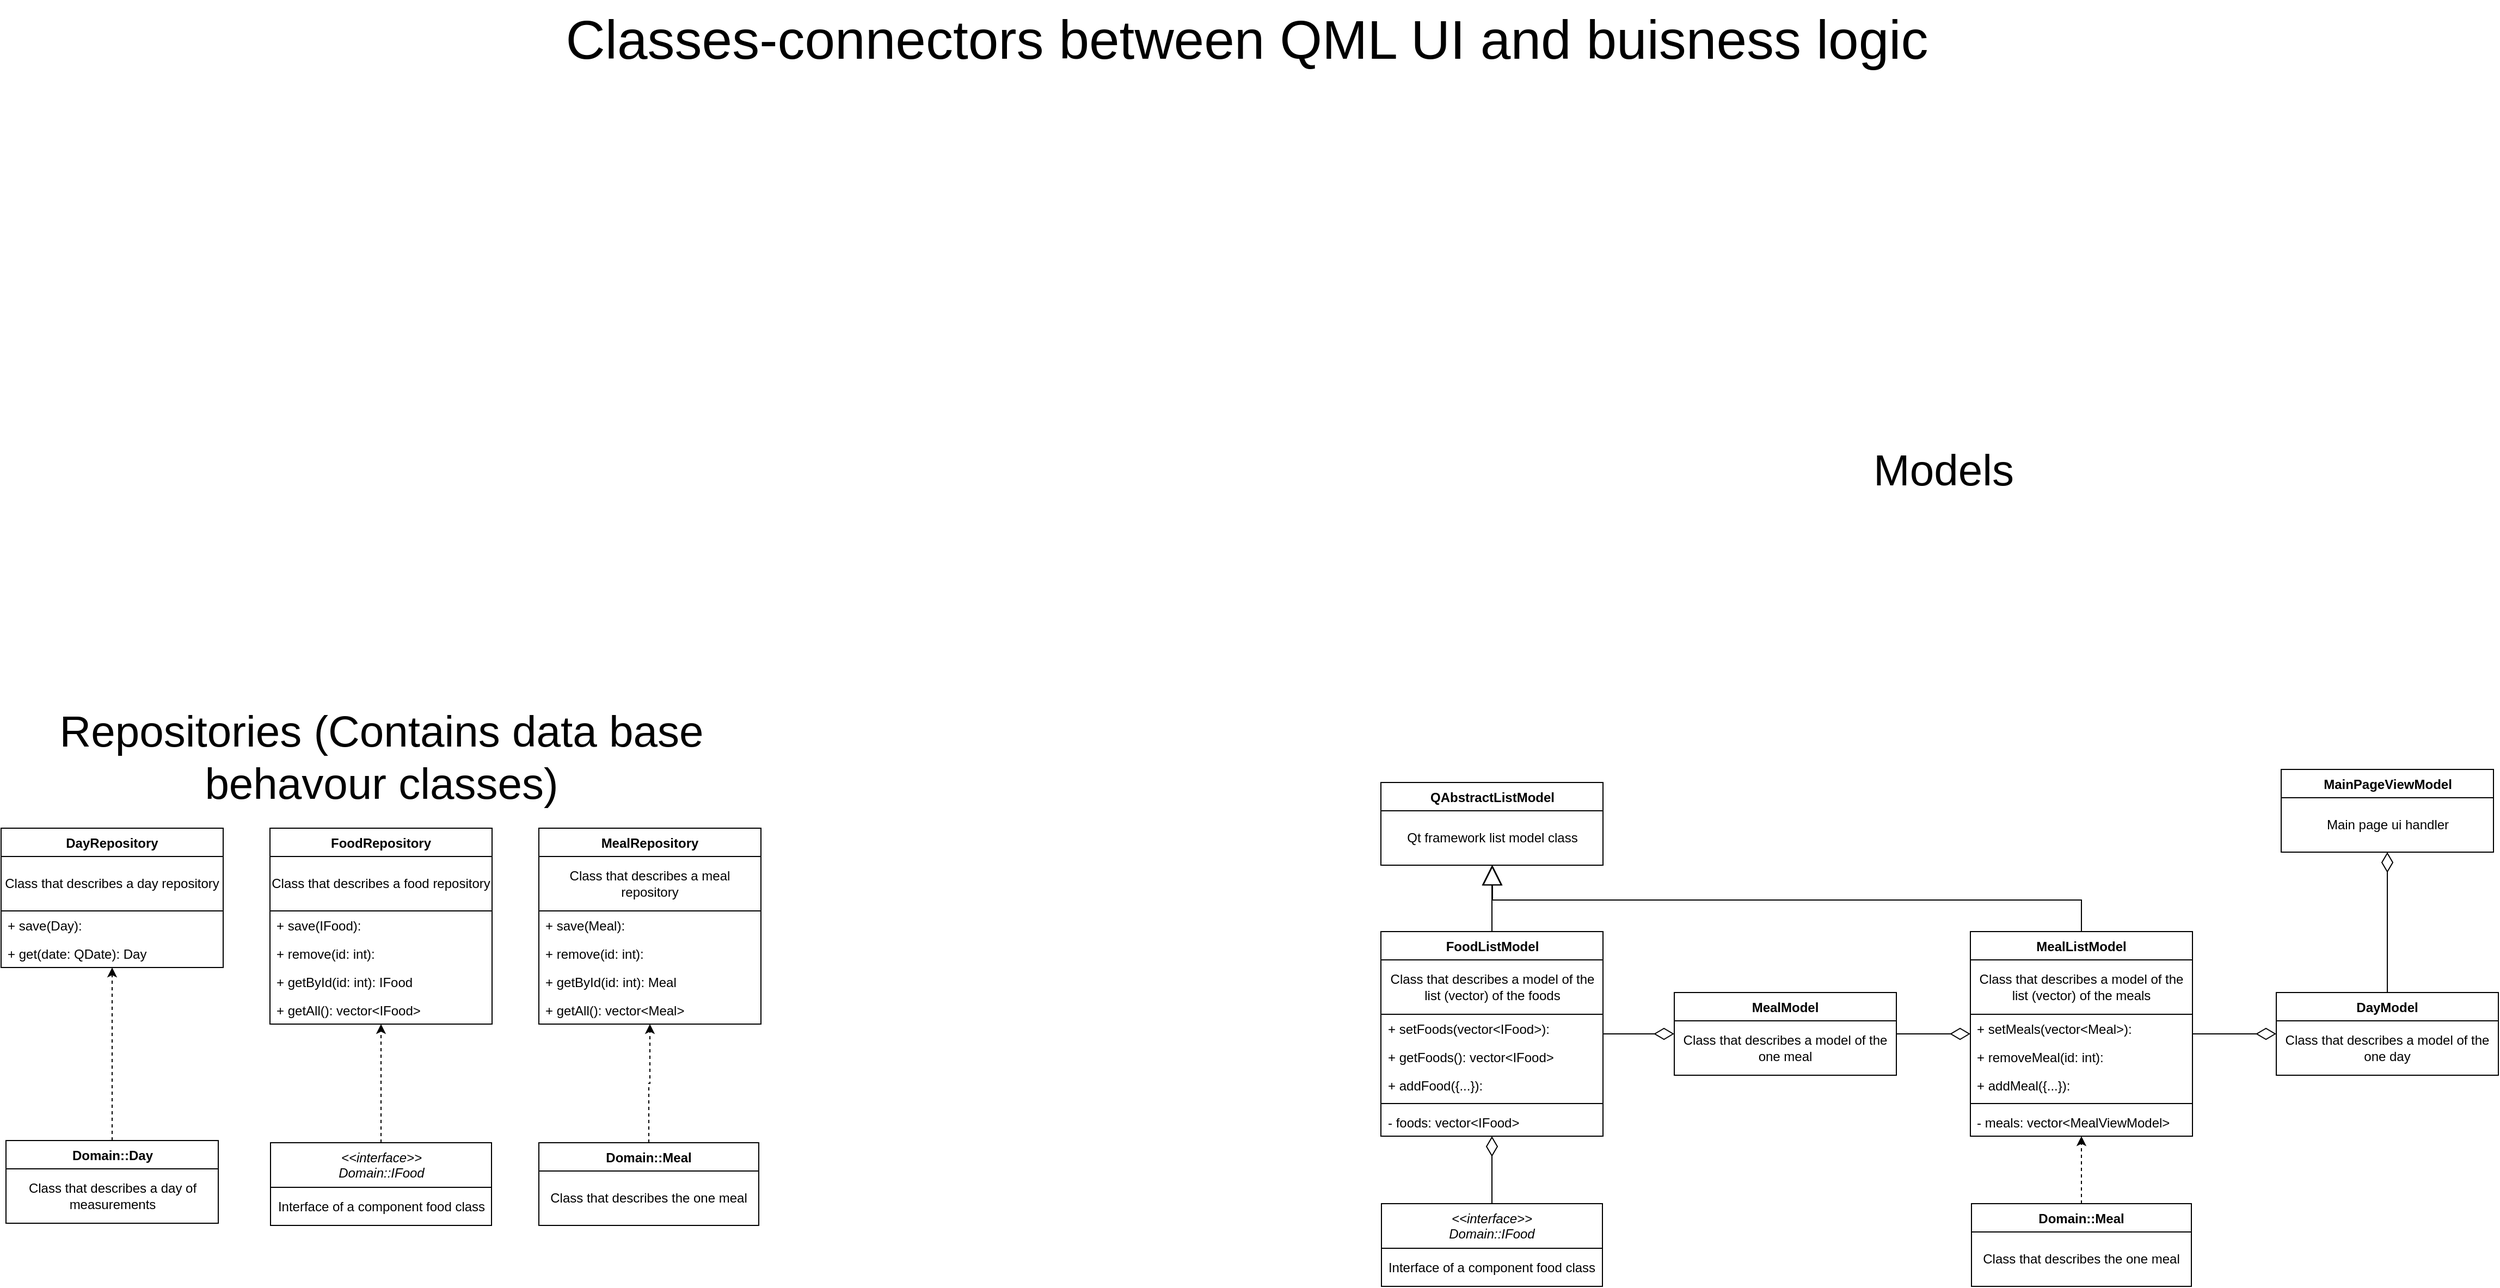
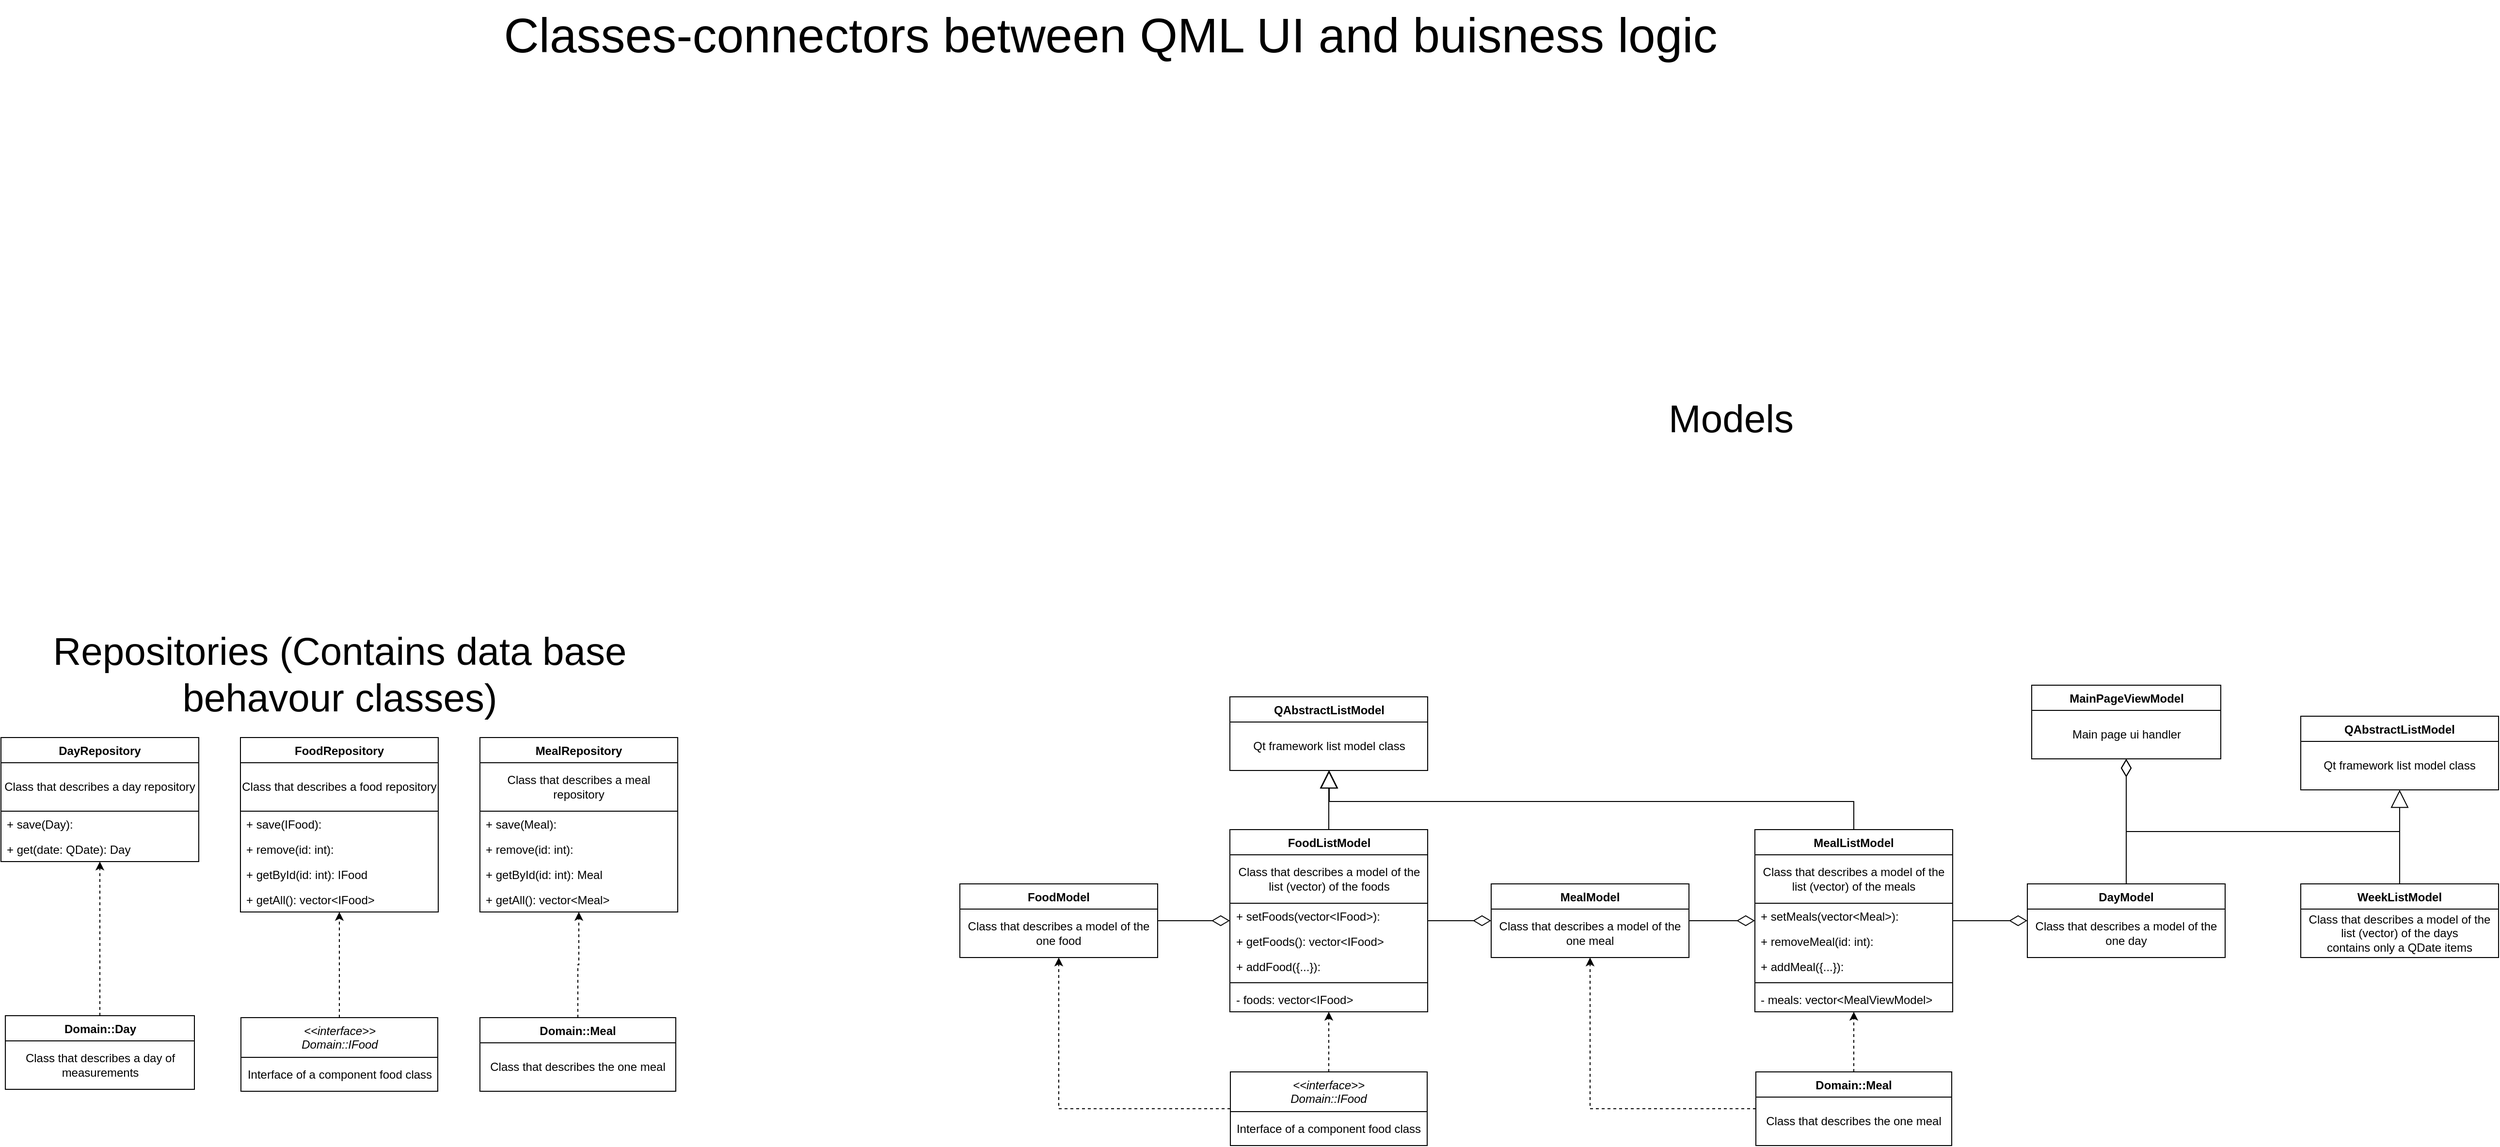
<mxfile host="Electron" agent="Mozilla/5.0 (Windows NT 10.0; Win64; x64) AppleWebKit/537.36 (KHTML, like Gecko) draw.io/29.6.6 Chrome/144.0.7559.236 Electron/40.8.4 Safari/537.36" version="29.6.6">
  <diagram name="Core components" id="MwxTrahBnXoBxd9RCBPx">
-     <mxGraphModel dx="1542" dy="2613" grid="0" gridSize="10" guides="1" tooltips="1" connect="1" arrows="1" fold="1" page="0" pageScale="1" pageWidth="110000" pageHeight="85000" math="0" shadow="0">
+     <mxGraphModel dx="225" dy="2028" grid="0" gridSize="10" guides="1" tooltips="1" connect="1" arrows="1" fold="1" page="0" pageScale="1" pageWidth="110000" pageHeight="85000" math="0" shadow="0">
      <root>
        <mxCell id="Zm6AIv3RCxuBsyo3ZIVS-0" />
        <mxCell id="Zm6AIv3RCxuBsyo3ZIVS-1" parent="Zm6AIv3RCxuBsyo3ZIVS-0" />
        <mxCell id="Zm6AIv3RCxuBsyo3ZIVS-160" parent="Zm6AIv3RCxuBsyo3ZIVS-1" style="text;html=1;align=center;verticalAlign=middle;resizable=0;points=[];autosize=1;strokeColor=none;fillColor=none;" value="&lt;font style=&quot;font-size: 50px;&quot;&gt;Classes-connectors between QML UI and buisness logic&lt;/font&gt;" vertex="1">
          <mxGeometry height="72" width="1270" x="1880" y="-885" as="geometry" />
        </mxCell>
        <mxCell id="3n2n1cUuqjJ89L6w3cSG-0" parent="Zm6AIv3RCxuBsyo3ZIVS-1" style="swimlane;fontStyle=1;align=center;verticalAlign=top;childLayout=stackLayout;horizontal=1;startSize=26;horizontalStack=0;resizeParent=1;resizeParentMax=0;resizeLast=0;collapsible=1;marginBottom=0;whiteSpace=wrap;html=1;" value="MainPageViewModel" vertex="1">
          <mxGeometry height="76" width="195" x="3465.5" y="-178" as="geometry" />
        </mxCell>
        <mxCell id="3n2n1cUuqjJ89L6w3cSG-1" parent="3n2n1cUuqjJ89L6w3cSG-0" style="html=1;whiteSpace=wrap;" value="Main page ui handler" vertex="1">
          <mxGeometry height="50" width="195" y="26" as="geometry" />
        </mxCell>
        <mxCell id="Z9W-GxhZ8IzansMeAXQO-0" parent="Zm6AIv3RCxuBsyo3ZIVS-1" style="swimlane;fontStyle=1;align=center;verticalAlign=top;childLayout=stackLayout;horizontal=1;startSize=26;horizontalStack=0;resizeParent=1;resizeParentMax=0;resizeLast=0;collapsible=1;marginBottom=0;whiteSpace=wrap;html=1;" value="FoodRepository" vertex="1">
          <mxGeometry height="180" width="204" x="1618" y="-124" as="geometry" />
        </mxCell>
        <mxCell id="Z9W-GxhZ8IzansMeAXQO-1" parent="Z9W-GxhZ8IzansMeAXQO-0" style="html=1;whiteSpace=wrap;" value="Class that describes a food repository" vertex="1">
          <mxGeometry height="50" width="204" y="26" as="geometry" />
        </mxCell>
        <mxCell id="Z9W-GxhZ8IzansMeAXQO-9" parent="Z9W-GxhZ8IzansMeAXQO-0" style="text;strokeColor=none;fillColor=none;align=left;verticalAlign=top;spacingLeft=4;spacingRight=4;overflow=hidden;rotatable=0;points=[[0,0.5],[1,0.5]];portConstraint=eastwest;whiteSpace=wrap;html=1;" value="+ save(IFood):" vertex="1">
          <mxGeometry height="26" width="204" y="76" as="geometry" />
        </mxCell>
        <mxCell id="Z9W-GxhZ8IzansMeAXQO-10" parent="Z9W-GxhZ8IzansMeAXQO-0" style="text;strokeColor=none;fillColor=none;align=left;verticalAlign=top;spacingLeft=4;spacingRight=4;overflow=hidden;rotatable=0;points=[[0,0.5],[1,0.5]];portConstraint=eastwest;whiteSpace=wrap;html=1;" value="+ remove(id: int):" vertex="1">
          <mxGeometry height="26" width="204" y="102" as="geometry" />
        </mxCell>
        <mxCell id="Z9W-GxhZ8IzansMeAXQO-6" parent="Z9W-GxhZ8IzansMeAXQO-0" style="text;strokeColor=none;fillColor=none;align=left;verticalAlign=top;spacingLeft=4;spacingRight=4;overflow=hidden;rotatable=0;points=[[0,0.5],[1,0.5]];portConstraint=eastwest;whiteSpace=wrap;html=1;" value="+ getById(id: int): IFood" vertex="1">
          <mxGeometry height="26" width="204" y="128" as="geometry" />
        </mxCell>
        <mxCell id="Z9W-GxhZ8IzansMeAXQO-8" parent="Z9W-GxhZ8IzansMeAXQO-0" style="text;strokeColor=none;fillColor=none;align=left;verticalAlign=top;spacingLeft=4;spacingRight=4;overflow=hidden;rotatable=0;points=[[0,0.5],[1,0.5]];portConstraint=eastwest;whiteSpace=wrap;html=1;" value="+ getAll(): vector&amp;lt;IFood&amp;gt;" vertex="1">
          <mxGeometry height="26" width="204" y="154" as="geometry" />
        </mxCell>
        <mxCell id="Z9W-GxhZ8IzansMeAXQO-11" parent="Zm6AIv3RCxuBsyo3ZIVS-1" style="swimlane;fontStyle=1;align=center;verticalAlign=top;childLayout=stackLayout;horizontal=1;startSize=26;horizontalStack=0;resizeParent=1;resizeParentMax=0;resizeLast=0;collapsible=1;marginBottom=0;whiteSpace=wrap;html=1;" value="MealRepository" vertex="1">
          <mxGeometry height="180" width="204" x="1865" y="-124" as="geometry" />
        </mxCell>
        <mxCell id="Z9W-GxhZ8IzansMeAXQO-12" parent="Z9W-GxhZ8IzansMeAXQO-11" style="html=1;whiteSpace=wrap;" value="Class that describes a meal repository" vertex="1">
          <mxGeometry height="50" width="204" y="26" as="geometry" />
        </mxCell>
        <mxCell id="Z9W-GxhZ8IzansMeAXQO-13" parent="Z9W-GxhZ8IzansMeAXQO-11" style="text;strokeColor=none;fillColor=none;align=left;verticalAlign=top;spacingLeft=4;spacingRight=4;overflow=hidden;rotatable=0;points=[[0,0.5],[1,0.5]];portConstraint=eastwest;whiteSpace=wrap;html=1;" value="+ save(Meal):" vertex="1">
          <mxGeometry height="26" width="204" y="76" as="geometry" />
        </mxCell>
        <mxCell id="Z9W-GxhZ8IzansMeAXQO-14" parent="Z9W-GxhZ8IzansMeAXQO-11" style="text;strokeColor=none;fillColor=none;align=left;verticalAlign=top;spacingLeft=4;spacingRight=4;overflow=hidden;rotatable=0;points=[[0,0.5],[1,0.5]];portConstraint=eastwest;whiteSpace=wrap;html=1;" value="+ remove(id: int):" vertex="1">
          <mxGeometry height="26" width="204" y="102" as="geometry" />
        </mxCell>
        <mxCell id="Z9W-GxhZ8IzansMeAXQO-15" parent="Z9W-GxhZ8IzansMeAXQO-11" style="text;strokeColor=none;fillColor=none;align=left;verticalAlign=top;spacingLeft=4;spacingRight=4;overflow=hidden;rotatable=0;points=[[0,0.5],[1,0.5]];portConstraint=eastwest;whiteSpace=wrap;html=1;" value="+ getById(id: int): Meal" vertex="1">
          <mxGeometry height="26" width="204" y="128" as="geometry" />
        </mxCell>
        <mxCell id="Z9W-GxhZ8IzansMeAXQO-16" parent="Z9W-GxhZ8IzansMeAXQO-11" style="text;strokeColor=none;fillColor=none;align=left;verticalAlign=top;spacingLeft=4;spacingRight=4;overflow=hidden;rotatable=0;points=[[0,0.5],[1,0.5]];portConstraint=eastwest;whiteSpace=wrap;html=1;" value="+ getAll(): vector&amp;lt;Meal&amp;gt;" vertex="1">
          <mxGeometry height="26" width="204" y="154" as="geometry" />
        </mxCell>
        <mxCell id="Z9W-GxhZ8IzansMeAXQO-17" parent="Zm6AIv3RCxuBsyo3ZIVS-1" style="swimlane;fontStyle=1;align=center;verticalAlign=top;childLayout=stackLayout;horizontal=1;startSize=26;horizontalStack=0;resizeParent=1;resizeParentMax=0;resizeLast=0;collapsible=1;marginBottom=0;whiteSpace=wrap;html=1;" value="DayRepository" vertex="1">
          <mxGeometry height="128" width="204" x="1371" y="-124" as="geometry" />
        </mxCell>
        <mxCell id="Z9W-GxhZ8IzansMeAXQO-18" parent="Z9W-GxhZ8IzansMeAXQO-17" style="html=1;whiteSpace=wrap;" value="Class that describes a day repository" vertex="1">
          <mxGeometry height="50" width="204" y="26" as="geometry" />
        </mxCell>
        <mxCell id="Z9W-GxhZ8IzansMeAXQO-19" parent="Z9W-GxhZ8IzansMeAXQO-17" style="text;strokeColor=none;fillColor=none;align=left;verticalAlign=top;spacingLeft=4;spacingRight=4;overflow=hidden;rotatable=0;points=[[0,0.5],[1,0.5]];portConstraint=eastwest;whiteSpace=wrap;html=1;" value="+ save(Day):" vertex="1">
          <mxGeometry height="26" width="204" y="76" as="geometry" />
        </mxCell>
        <mxCell id="Z9W-GxhZ8IzansMeAXQO-21" parent="Z9W-GxhZ8IzansMeAXQO-17" style="text;strokeColor=none;fillColor=none;align=left;verticalAlign=top;spacingLeft=4;spacingRight=4;overflow=hidden;rotatable=0;points=[[0,0.5],[1,0.5]];portConstraint=eastwest;whiteSpace=wrap;html=1;" value="+ get(date: QDate): Day" vertex="1">
          <mxGeometry height="26" width="204" y="102" as="geometry" />
        </mxCell>
        <mxCell id="Z9W-GxhZ8IzansMeAXQO-29" edge="1" parent="Zm6AIv3RCxuBsyo3ZIVS-1" source="Z9W-GxhZ8IzansMeAXQO-23" style="edgeStyle=orthogonalEdgeStyle;rounded=0;orthogonalLoop=1;jettySize=auto;html=1;dashed=1;" target="Z9W-GxhZ8IzansMeAXQO-17">
          <mxGeometry relative="1" as="geometry" />
        </mxCell>
        <mxCell id="Z9W-GxhZ8IzansMeAXQO-23" parent="Zm6AIv3RCxuBsyo3ZIVS-1" style="swimlane;fontStyle=1;align=center;verticalAlign=top;childLayout=stackLayout;horizontal=1;startSize=26;horizontalStack=0;resizeParent=1;resizeParentMax=0;resizeLast=0;collapsible=1;marginBottom=0;whiteSpace=wrap;html=1;" value="Domain::Day" vertex="1">
          <mxGeometry height="76" width="195" x="1375.5" y="163" as="geometry" />
        </mxCell>
        <mxCell id="Z9W-GxhZ8IzansMeAXQO-24" parent="Z9W-GxhZ8IzansMeAXQO-23" style="html=1;whiteSpace=wrap;" value="Class that describes a day of measurements" vertex="1">
          <mxGeometry height="50" width="195" y="26" as="geometry" />
        </mxCell>
        <mxCell id="Z9W-GxhZ8IzansMeAXQO-35" edge="1" parent="Zm6AIv3RCxuBsyo3ZIVS-1" source="Z9W-GxhZ8IzansMeAXQO-31" style="edgeStyle=orthogonalEdgeStyle;rounded=0;orthogonalLoop=1;jettySize=auto;html=1;dashed=1;" target="Z9W-GxhZ8IzansMeAXQO-0">
          <mxGeometry relative="1" as="geometry" />
        </mxCell>
        <mxCell id="Z9W-GxhZ8IzansMeAXQO-31" parent="Zm6AIv3RCxuBsyo3ZIVS-1" style="swimlane;fontStyle=1;align=center;verticalAlign=top;childLayout=stackLayout;horizontal=1;startSize=41;horizontalStack=0;resizeParent=1;resizeParentMax=0;resizeLast=0;collapsible=1;marginBottom=0;whiteSpace=wrap;html=1;" value="&lt;div&gt;&lt;span style=&quot;font-weight: normal;&quot;&gt;&lt;i&gt;&amp;lt;&amp;lt;interface&amp;gt;&amp;gt;&lt;/i&gt;&lt;/span&gt;&lt;/div&gt;&lt;span style=&quot;font-weight: normal;&quot;&gt;&lt;i&gt;Domain::IFood&lt;/i&gt;&lt;/span&gt;" vertex="1">
          <mxGeometry height="76" width="203" x="1618.5" y="165" as="geometry" />
        </mxCell>
        <mxCell id="Z9W-GxhZ8IzansMeAXQO-32" parent="Z9W-GxhZ8IzansMeAXQO-31" style="html=1;whiteSpace=wrap;" value="Interface of a component food class" vertex="1">
          <mxGeometry height="35" width="203" y="41" as="geometry" />
        </mxCell>
        <mxCell id="Z9W-GxhZ8IzansMeAXQO-41" edge="1" parent="Zm6AIv3RCxuBsyo3ZIVS-1" source="Z9W-GxhZ8IzansMeAXQO-36" style="edgeStyle=orthogonalEdgeStyle;rounded=0;orthogonalLoop=1;jettySize=auto;html=1;dashed=1;" target="Z9W-GxhZ8IzansMeAXQO-11">
          <mxGeometry relative="1" as="geometry" />
        </mxCell>
        <mxCell id="Z9W-GxhZ8IzansMeAXQO-36" parent="Zm6AIv3RCxuBsyo3ZIVS-1" style="swimlane;fontStyle=1;align=center;verticalAlign=top;childLayout=stackLayout;horizontal=1;startSize=26;horizontalStack=0;resizeParent=1;resizeParentMax=0;resizeLast=0;collapsible=1;marginBottom=0;whiteSpace=wrap;html=1;" value="Domain::Meal" vertex="1">
          <mxGeometry height="76" width="202" x="1865" y="165" as="geometry" />
        </mxCell>
        <mxCell id="Z9W-GxhZ8IzansMeAXQO-37" parent="Z9W-GxhZ8IzansMeAXQO-36" style="html=1;whiteSpace=wrap;" value="Class that describes the one meal" vertex="1">
          <mxGeometry height="50" width="202" y="26" as="geometry" />
        </mxCell>
        <mxCell id="Z9W-GxhZ8IzansMeAXQO-42" parent="Zm6AIv3RCxuBsyo3ZIVS-1" style="text;html=1;whiteSpace=wrap;strokeColor=none;fillColor=none;align=center;verticalAlign=middle;rounded=0;" value="&lt;div&gt;&lt;font style=&quot;font-size: 40px;&quot;&gt;Repositories (Contains data base behavour classes)&lt;/font&gt;&lt;/div&gt;" vertex="1">
          <mxGeometry height="30" width="697" x="1372" y="-205" as="geometry" />
        </mxCell>
        <mxCell id="Z9W-GxhZ8IzansMeAXQO-43" parent="Zm6AIv3RCxuBsyo3ZIVS-1" style="text;html=1;whiteSpace=wrap;strokeColor=none;fillColor=none;align=center;verticalAlign=middle;rounded=0;" value="&lt;div&gt;&lt;font style=&quot;font-size: 40px;&quot;&gt;Models&lt;/font&gt;&lt;/div&gt;" vertex="1">
          <mxGeometry height="30" width="697" x="2807" y="-469" as="geometry" />
        </mxCell>
        <mxCell id="Z9W-GxhZ8IzansMeAXQO-56" edge="1" parent="Zm6AIv3RCxuBsyo3ZIVS-1" source="Z9W-GxhZ8IzansMeAXQO-44" style="edgeStyle=orthogonalEdgeStyle;rounded=0;orthogonalLoop=1;jettySize=auto;html=1;endArrow=block;endFill=0;endSize=16;" target="Z9W-GxhZ8IzansMeAXQO-50">
          <mxGeometry relative="1" as="geometry" />
        </mxCell>
        <mxCell id="Z9W-GxhZ8IzansMeAXQO-66" edge="1" parent="Zm6AIv3RCxuBsyo3ZIVS-1" source="Z9W-GxhZ8IzansMeAXQO-44" style="edgeStyle=orthogonalEdgeStyle;rounded=0;orthogonalLoop=1;jettySize=auto;html=1;endArrow=diamondThin;endFill=0;endSize=16;" target="Z9W-GxhZ8IzansMeAXQO-59">
          <mxGeometry relative="1" as="geometry" />
        </mxCell>
        <mxCell id="Z9W-GxhZ8IzansMeAXQO-44" parent="Zm6AIv3RCxuBsyo3ZIVS-1" style="swimlane;fontStyle=1;align=center;verticalAlign=top;childLayout=stackLayout;horizontal=1;startSize=26;horizontalStack=0;resizeParent=1;resizeParentMax=0;resizeLast=0;collapsible=1;marginBottom=0;whiteSpace=wrap;html=1;" value="FoodListModel" vertex="1">
          <mxGeometry height="188" width="204" x="2638.5" y="-29" as="geometry" />
        </mxCell>
        <mxCell id="Z9W-GxhZ8IzansMeAXQO-45" parent="Z9W-GxhZ8IzansMeAXQO-44" style="html=1;whiteSpace=wrap;" value="Class that describes a model of the list (vector) of the foods" vertex="1">
          <mxGeometry height="50" width="204" y="26" as="geometry" />
        </mxCell>
        <mxCell id="Z9W-GxhZ8IzansMeAXQO-47" parent="Z9W-GxhZ8IzansMeAXQO-44" style="text;strokeColor=none;fillColor=none;align=left;verticalAlign=top;spacingLeft=4;spacingRight=4;overflow=hidden;rotatable=0;points=[[0,0.5],[1,0.5]];portConstraint=eastwest;whiteSpace=wrap;html=1;" value="+ setFoods(vector&amp;lt;IFood&amp;gt;):" vertex="1">
          <mxGeometry height="26" width="204" y="76" as="geometry" />
        </mxCell>
        <mxCell id="Z9W-GxhZ8IzansMeAXQO-58" parent="Z9W-GxhZ8IzansMeAXQO-44" style="text;strokeColor=none;fillColor=none;align=left;verticalAlign=top;spacingLeft=4;spacingRight=4;overflow=hidden;rotatable=0;points=[[0,0.5],[1,0.5]];portConstraint=eastwest;whiteSpace=wrap;html=1;" value="+ getFoods(): vector&amp;lt;IFood&amp;gt;" vertex="1">
          <mxGeometry height="26" width="204" y="102" as="geometry" />
        </mxCell>
        <mxCell id="Z9W-GxhZ8IzansMeAXQO-48" parent="Z9W-GxhZ8IzansMeAXQO-44" style="text;strokeColor=none;fillColor=none;align=left;verticalAlign=top;spacingLeft=4;spacingRight=4;overflow=hidden;rotatable=0;points=[[0,0.5],[1,0.5]];portConstraint=eastwest;whiteSpace=wrap;html=1;" value="+ addFood({...}):&amp;nbsp;" vertex="1">
          <mxGeometry height="26" width="204" y="128" as="geometry" />
        </mxCell>
        <mxCell id="Z9W-GxhZ8IzansMeAXQO-57" parent="Z9W-GxhZ8IzansMeAXQO-44" style="line;strokeWidth=1;fillColor=none;align=left;verticalAlign=middle;spacingTop=-1;spacingLeft=3;spacingRight=3;rotatable=0;labelPosition=right;points=[];portConstraint=eastwest;strokeColor=inherit;" value="" vertex="1">
          <mxGeometry height="8" width="204" y="154" as="geometry" />
        </mxCell>
        <mxCell id="Z9W-GxhZ8IzansMeAXQO-49" parent="Z9W-GxhZ8IzansMeAXQO-44" style="text;strokeColor=none;fillColor=none;align=left;verticalAlign=top;spacingLeft=4;spacingRight=4;overflow=hidden;rotatable=0;points=[[0,0.5],[1,0.5]];portConstraint=eastwest;whiteSpace=wrap;html=1;" value="- foods: vector&amp;lt;IFood&amp;gt;" vertex="1">
          <mxGeometry height="26" width="204" y="162" as="geometry" />
        </mxCell>
        <mxCell id="Z9W-GxhZ8IzansMeAXQO-50" parent="Zm6AIv3RCxuBsyo3ZIVS-1" style="swimlane;fontStyle=1;align=center;verticalAlign=top;childLayout=stackLayout;horizontal=1;startSize=26;horizontalStack=0;resizeParent=1;resizeParentMax=0;resizeLast=0;collapsible=1;marginBottom=0;whiteSpace=wrap;html=1;" value="QAbstractListModel" vertex="1">
          <mxGeometry height="76" width="204" x="2638.5" y="-166" as="geometry" />
        </mxCell>
        <mxCell id="Z9W-GxhZ8IzansMeAXQO-51" parent="Z9W-GxhZ8IzansMeAXQO-50" style="html=1;whiteSpace=wrap;" value="Qt framework list model class" vertex="1">
          <mxGeometry height="50" width="204" y="26" as="geometry" />
        </mxCell>
        <mxCell id="Z9W-GxhZ8IzansMeAXQO-76" edge="1" parent="Zm6AIv3RCxuBsyo3ZIVS-1" source="Z9W-GxhZ8IzansMeAXQO-59" style="edgeStyle=orthogonalEdgeStyle;rounded=0;orthogonalLoop=1;jettySize=auto;html=1;endArrow=diamondThin;endFill=0;endSize=16;" target="Z9W-GxhZ8IzansMeAXQO-68">
          <mxGeometry relative="1" as="geometry" />
        </mxCell>
        <mxCell id="Z9W-GxhZ8IzansMeAXQO-59" parent="Zm6AIv3RCxuBsyo3ZIVS-1" style="swimlane;fontStyle=1;align=center;verticalAlign=top;childLayout=stackLayout;horizontal=1;startSize=26;horizontalStack=0;resizeParent=1;resizeParentMax=0;resizeLast=0;collapsible=1;marginBottom=0;whiteSpace=wrap;html=1;" value="MealModel" vertex="1">
          <mxGeometry height="76" width="204" x="2908" y="27" as="geometry" />
        </mxCell>
        <mxCell id="Z9W-GxhZ8IzansMeAXQO-60" parent="Z9W-GxhZ8IzansMeAXQO-59" style="html=1;whiteSpace=wrap;" value="Class that describes a model of the one meal" vertex="1">
          <mxGeometry height="50" width="204" y="26" as="geometry" />
        </mxCell>
        <mxCell id="Z9W-GxhZ8IzansMeAXQO-75" edge="1" parent="Zm6AIv3RCxuBsyo3ZIVS-1" source="Z9W-GxhZ8IzansMeAXQO-68" style="edgeStyle=orthogonalEdgeStyle;rounded=0;orthogonalLoop=1;jettySize=auto;html=1;endArrow=block;endFill=0;endSize=16;" target="Z9W-GxhZ8IzansMeAXQO-50">
          <mxGeometry relative="1" as="geometry">
            <Array as="points">
              <mxPoint x="3282" y="-58" />
              <mxPoint x="2741" y="-58" />
            </Array>
          </mxGeometry>
        </mxCell>
        <mxCell id="Z9W-GxhZ8IzansMeAXQO-85" edge="1" parent="Zm6AIv3RCxuBsyo3ZIVS-1" source="Z9W-GxhZ8IzansMeAXQO-68" style="edgeStyle=orthogonalEdgeStyle;rounded=0;orthogonalLoop=1;jettySize=auto;html=1;endArrow=diamondThin;endFill=0;endSize=16;" target="Z9W-GxhZ8IzansMeAXQO-83">
          <mxGeometry relative="1" as="geometry" />
        </mxCell>
        <mxCell id="Z9W-GxhZ8IzansMeAXQO-68" parent="Zm6AIv3RCxuBsyo3ZIVS-1" style="swimlane;fontStyle=1;align=center;verticalAlign=top;childLayout=stackLayout;horizontal=1;startSize=26;horizontalStack=0;resizeParent=1;resizeParentMax=0;resizeLast=0;collapsible=1;marginBottom=0;whiteSpace=wrap;html=1;" value="MealListModel" vertex="1">
          <mxGeometry height="188" width="204" x="3180" y="-29" as="geometry" />
        </mxCell>
        <mxCell id="Z9W-GxhZ8IzansMeAXQO-69" parent="Z9W-GxhZ8IzansMeAXQO-68" style="html=1;whiteSpace=wrap;" value="Class that describes a model of the list (vector) of the meals" vertex="1">
          <mxGeometry height="50" width="204" y="26" as="geometry" />
        </mxCell>
        <mxCell id="Z9W-GxhZ8IzansMeAXQO-70" parent="Z9W-GxhZ8IzansMeAXQO-68" style="text;strokeColor=none;fillColor=none;align=left;verticalAlign=top;spacingLeft=4;spacingRight=4;overflow=hidden;rotatable=0;points=[[0,0.5],[1,0.5]];portConstraint=eastwest;whiteSpace=wrap;html=1;" value="+ setMeals(vector&amp;lt;Meal&amp;gt;):" vertex="1">
          <mxGeometry height="26" width="204" y="76" as="geometry" />
        </mxCell>
        <mxCell id="Z9W-GxhZ8IzansMeAXQO-71" parent="Z9W-GxhZ8IzansMeAXQO-68" style="text;strokeColor=none;fillColor=none;align=left;verticalAlign=top;spacingLeft=4;spacingRight=4;overflow=hidden;rotatable=0;points=[[0,0.5],[1,0.5]];portConstraint=eastwest;whiteSpace=wrap;html=1;" value="+ removeMeal(id: int):" vertex="1">
          <mxGeometry height="26" width="204" y="102" as="geometry" />
        </mxCell>
        <mxCell id="Z9W-GxhZ8IzansMeAXQO-72" parent="Z9W-GxhZ8IzansMeAXQO-68" style="text;strokeColor=none;fillColor=none;align=left;verticalAlign=top;spacingLeft=4;spacingRight=4;overflow=hidden;rotatable=0;points=[[0,0.5],[1,0.5]];portConstraint=eastwest;whiteSpace=wrap;html=1;" value="+ addMeal({...}):&amp;nbsp;" vertex="1">
          <mxGeometry height="26" width="204" y="128" as="geometry" />
        </mxCell>
        <mxCell id="Z9W-GxhZ8IzansMeAXQO-73" parent="Z9W-GxhZ8IzansMeAXQO-68" style="line;strokeWidth=1;fillColor=none;align=left;verticalAlign=middle;spacingTop=-1;spacingLeft=3;spacingRight=3;rotatable=0;labelPosition=right;points=[];portConstraint=eastwest;strokeColor=inherit;" value="" vertex="1">
          <mxGeometry height="8" width="204" y="154" as="geometry" />
        </mxCell>
        <mxCell id="Z9W-GxhZ8IzansMeAXQO-74" parent="Z9W-GxhZ8IzansMeAXQO-68" style="text;strokeColor=none;fillColor=none;align=left;verticalAlign=top;spacingLeft=4;spacingRight=4;overflow=hidden;rotatable=0;points=[[0,0.5],[1,0.5]];portConstraint=eastwest;whiteSpace=wrap;html=1;" value="- meals: vector&amp;lt;MealViewModel&amp;gt;" vertex="1">
          <mxGeometry height="26" width="204" y="162" as="geometry" />
        </mxCell>
-         <mxCell id="Z9W-GxhZ8IzansMeAXQO-82" edge="1" parent="Zm6AIv3RCxuBsyo3ZIVS-1" source="Z9W-GxhZ8IzansMeAXQO-77" style="edgeStyle=orthogonalEdgeStyle;rounded=0;orthogonalLoop=1;jettySize=auto;html=1;endArrow=diamondThin;endFill=0;endSize=16;" target="Z9W-GxhZ8IzansMeAXQO-44">
+         <mxCell id="Z9W-GxhZ8IzansMeAXQO-82" edge="1" parent="Zm6AIv3RCxuBsyo3ZIVS-1" source="Z9W-GxhZ8IzansMeAXQO-77" style="edgeStyle=orthogonalEdgeStyle;rounded=0;orthogonalLoop=1;jettySize=auto;html=1;endArrow=classic;endFill=1;endSize=6;dashed=1;" target="Z9W-GxhZ8IzansMeAXQO-44">
+           <mxGeometry relative="1" as="geometry" />
+         </mxCell>
+         <mxCell id="f4md90w9VsroIw8WaKDC-4" edge="1" parent="Zm6AIv3RCxuBsyo3ZIVS-1" source="Z9W-GxhZ8IzansMeAXQO-77" style="edgeStyle=orthogonalEdgeStyle;rounded=0;orthogonalLoop=1;jettySize=auto;html=1;dashed=1;endArrow=classic;endFill=1;" target="f4md90w9VsroIw8WaKDC-0">
          <mxGeometry relative="1" as="geometry" />
        </mxCell>
        <mxCell id="Z9W-GxhZ8IzansMeAXQO-77" parent="Zm6AIv3RCxuBsyo3ZIVS-1" style="swimlane;fontStyle=1;align=center;verticalAlign=top;childLayout=stackLayout;horizontal=1;startSize=41;horizontalStack=0;resizeParent=1;resizeParentMax=0;resizeLast=0;collapsible=1;marginBottom=0;whiteSpace=wrap;html=1;" value="&lt;div&gt;&lt;span style=&quot;font-weight: normal;&quot;&gt;&lt;i&gt;&amp;lt;&amp;lt;interface&amp;gt;&amp;gt;&lt;/i&gt;&lt;/span&gt;&lt;/div&gt;&lt;span style=&quot;font-weight: normal;&quot;&gt;&lt;i&gt;Domain::IFood&lt;/i&gt;&lt;/span&gt;" vertex="1">
          <mxGeometry height="76" width="203" x="2639" y="221" as="geometry" />
        </mxCell>
        <mxCell id="Z9W-GxhZ8IzansMeAXQO-78" parent="Z9W-GxhZ8IzansMeAXQO-77" style="html=1;whiteSpace=wrap;" value="Interface of a component food class" vertex="1">
          <mxGeometry height="35" width="203" y="41" as="geometry" />
        </mxCell>
        <mxCell id="Z9W-GxhZ8IzansMeAXQO-81" edge="1" parent="Zm6AIv3RCxuBsyo3ZIVS-1" source="Z9W-GxhZ8IzansMeAXQO-79" style="edgeStyle=orthogonalEdgeStyle;rounded=0;orthogonalLoop=1;jettySize=auto;html=1;dashed=1;" target="Z9W-GxhZ8IzansMeAXQO-68">
          <mxGeometry relative="1" as="geometry" />
        </mxCell>
+         <mxCell id="f4md90w9VsroIw8WaKDC-3" edge="1" parent="Zm6AIv3RCxuBsyo3ZIVS-1" source="Z9W-GxhZ8IzansMeAXQO-79" style="edgeStyle=orthogonalEdgeStyle;rounded=0;orthogonalLoop=1;jettySize=auto;html=1;dashed=1;" target="Z9W-GxhZ8IzansMeAXQO-59">
+           <mxGeometry relative="1" as="geometry" />
+         </mxCell>
        <mxCell id="Z9W-GxhZ8IzansMeAXQO-79" parent="Zm6AIv3RCxuBsyo3ZIVS-1" style="swimlane;fontStyle=1;align=center;verticalAlign=top;childLayout=stackLayout;horizontal=1;startSize=26;horizontalStack=0;resizeParent=1;resizeParentMax=0;resizeLast=0;collapsible=1;marginBottom=0;whiteSpace=wrap;html=1;" value="Domain::Meal" vertex="1">
          <mxGeometry height="76" width="202" x="3181" y="221" as="geometry" />
        </mxCell>
        <mxCell id="Z9W-GxhZ8IzansMeAXQO-80" parent="Z9W-GxhZ8IzansMeAXQO-79" style="html=1;whiteSpace=wrap;" value="Class that describes the one meal" vertex="1">
          <mxGeometry height="50" width="202" y="26" as="geometry" />
        </mxCell>
        <mxCell id="Z9W-GxhZ8IzansMeAXQO-87" edge="1" parent="Zm6AIv3RCxuBsyo3ZIVS-1" source="Z9W-GxhZ8IzansMeAXQO-83" style="edgeStyle=orthogonalEdgeStyle;rounded=0;orthogonalLoop=1;jettySize=auto;html=1;endArrow=diamondThin;endFill=0;endSize=16;" target="3n2n1cUuqjJ89L6w3cSG-0">
          <mxGeometry relative="1" as="geometry" />
        </mxCell>
        <mxCell id="Z9W-GxhZ8IzansMeAXQO-83" parent="Zm6AIv3RCxuBsyo3ZIVS-1" style="swimlane;fontStyle=1;align=center;verticalAlign=top;childLayout=stackLayout;horizontal=1;startSize=26;horizontalStack=0;resizeParent=1;resizeParentMax=0;resizeLast=0;collapsible=1;marginBottom=0;whiteSpace=wrap;html=1;" value="DayModel" vertex="1">
          <mxGeometry height="76" width="204" x="3461" y="27" as="geometry" />
        </mxCell>
        <mxCell id="Z9W-GxhZ8IzansMeAXQO-84" parent="Z9W-GxhZ8IzansMeAXQO-83" style="html=1;whiteSpace=wrap;" value="Class that describes a model of the one day" vertex="1">
+           <mxGeometry height="50" width="204" y="26" as="geometry" />
+         </mxCell>
+         <mxCell id="f4md90w9VsroIw8WaKDC-2" edge="1" parent="Zm6AIv3RCxuBsyo3ZIVS-1" source="f4md90w9VsroIw8WaKDC-0" style="edgeStyle=orthogonalEdgeStyle;rounded=0;orthogonalLoop=1;jettySize=auto;html=1;endArrow=diamondThin;endFill=0;endSize=16;" target="Z9W-GxhZ8IzansMeAXQO-44">
+           <mxGeometry relative="1" as="geometry" />
+         </mxCell>
+         <mxCell id="f4md90w9VsroIw8WaKDC-0" parent="Zm6AIv3RCxuBsyo3ZIVS-1" style="swimlane;fontStyle=1;align=center;verticalAlign=top;childLayout=stackLayout;horizontal=1;startSize=26;horizontalStack=0;resizeParent=1;resizeParentMax=0;resizeLast=0;collapsible=1;marginBottom=0;whiteSpace=wrap;html=1;" value="FoodModel" vertex="1">
+           <mxGeometry height="76" width="204" x="2360" y="27" as="geometry" />
+         </mxCell>
+         <mxCell id="f4md90w9VsroIw8WaKDC-1" parent="f4md90w9VsroIw8WaKDC-0" style="html=1;whiteSpace=wrap;" value="Class that describes a model of the one food" vertex="1">
+           <mxGeometry height="50" width="204" y="26" as="geometry" />
+         </mxCell>
+         <mxCell id="f4md90w9VsroIw8WaKDC-14" edge="1" parent="Zm6AIv3RCxuBsyo3ZIVS-1" source="f4md90w9VsroIw8WaKDC-5" style="edgeStyle=orthogonalEdgeStyle;rounded=0;orthogonalLoop=1;jettySize=auto;html=1;endArrow=block;endFill=0;endSize=16;" target="f4md90w9VsroIw8WaKDC-12">
+           <mxGeometry relative="1" as="geometry" />
+         </mxCell>
+         <mxCell id="f4md90w9VsroIw8WaKDC-15" edge="1" parent="Zm6AIv3RCxuBsyo3ZIVS-1" source="f4md90w9VsroIw8WaKDC-5" style="edgeStyle=orthogonalEdgeStyle;rounded=0;orthogonalLoop=1;jettySize=auto;html=1;endArrow=diamondThin;endFill=0;endSize=16;" target="3n2n1cUuqjJ89L6w3cSG-0">
+           <mxGeometry relative="1" as="geometry">
+             <Array as="points">
+               <mxPoint x="3845" y="-27" />
+               <mxPoint x="3563" y="-27" />
+             </Array>
+           </mxGeometry>
+         </mxCell>
+         <mxCell id="f4md90w9VsroIw8WaKDC-5" parent="Zm6AIv3RCxuBsyo3ZIVS-1" style="swimlane;fontStyle=1;align=center;verticalAlign=top;childLayout=stackLayout;horizontal=1;startSize=26;horizontalStack=0;resizeParent=1;resizeParentMax=0;resizeLast=0;collapsible=1;marginBottom=0;whiteSpace=wrap;html=1;" value="WeekListModel" vertex="1">
+           <mxGeometry height="76" width="204" x="3743" y="27" as="geometry" />
+         </mxCell>
+         <mxCell id="f4md90w9VsroIw8WaKDC-6" parent="f4md90w9VsroIw8WaKDC-5" style="html=1;whiteSpace=wrap;" value="Class that describes a model of the list (vector) of the days&lt;div&gt;contains only a QDate items&lt;/div&gt;" vertex="1">
+           <mxGeometry height="50" width="204" y="26" as="geometry" />
+         </mxCell>
+         <mxCell id="f4md90w9VsroIw8WaKDC-12" parent="Zm6AIv3RCxuBsyo3ZIVS-1" style="swimlane;fontStyle=1;align=center;verticalAlign=top;childLayout=stackLayout;horizontal=1;startSize=26;horizontalStack=0;resizeParent=1;resizeParentMax=0;resizeLast=0;collapsible=1;marginBottom=0;whiteSpace=wrap;html=1;" value="QAbstractListModel" vertex="1">
+           <mxGeometry height="76" width="204" x="3743" y="-146" as="geometry" />
+         </mxCell>
+         <mxCell id="f4md90w9VsroIw8WaKDC-13" parent="f4md90w9VsroIw8WaKDC-12" style="html=1;whiteSpace=wrap;" value="Qt framework list model class" vertex="1">
          <mxGeometry height="50" width="204" y="26" as="geometry" />
        </mxCell>
      </root>
    </mxGraphModel>
  </diagram>
</mxfile>
